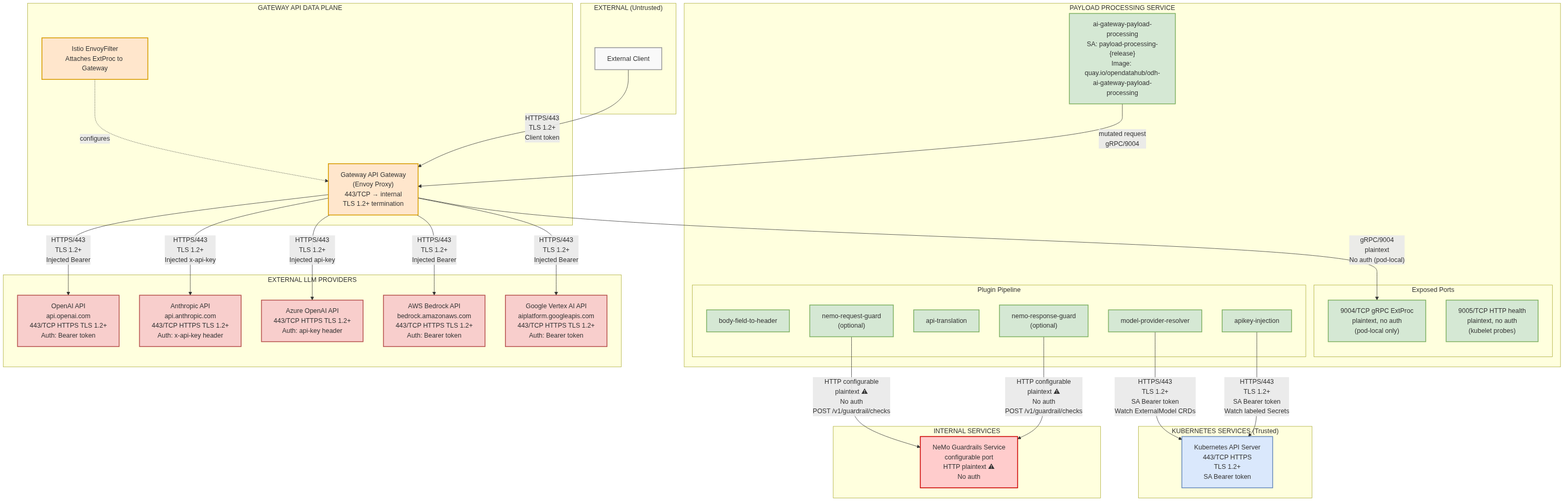
Before: architecture/rhoai.next/diagrams/ai-gateway-payload-processing-security-network.png, a diagram exported from Mermaid (rhuss/architecture-context). Its source is kept beside it as architecture/rhoai.next/diagrams/ai-gateway-payload-processing-security-network.mmd. Source of this version:
```mermaid
graph TB
    subgraph External["EXTERNAL (Untrusted)"]
        Client["External Client"]
    end

    subgraph GatewayPlane["GATEWAY API DATA PLANE"]
        Gateway["Gateway API Gateway<br/>(Envoy Proxy)<br/>443/TCP → internal<br/>TLS 1.2+ termination"]
        EnvoyFilter["Istio EnvoyFilter<br/>Attaches ExtProc to Gateway"]
        EnvoyFilter -.->|configures| Gateway
    end

    subgraph PayloadProcessing["PAYLOAD PROCESSING SERVICE"]
        direction TB
        ExtProc["ai-gateway-payload-processing<br/>SA: payload-processing-{release}<br/>Image: quay.io/opendatahub/odh-ai-gateway-payload-processing"]

        subgraph Ports["Exposed Ports"]
            GRPC["9004/TCP gRPC ExtProc<br/>plaintext, no auth<br/>(pod-local only)"]
            Health["9005/TCP HTTP health<br/>plaintext, no auth<br/>(kubelet probes)"]
        end

        subgraph Plugins["Plugin Pipeline"]
            P1["body-field-to-header"]
            P2["model-provider-resolver"]
            P3["api-translation"]
            P4["apikey-injection"]
            P5["nemo-request-guard<br/>(optional)"]
            P6["nemo-response-guard<br/>(optional)"]
        end
    end

    subgraph K8sServices["KUBERNETES SERVICES (Trusted)"]
        K8sAPI["Kubernetes API Server<br/>443/TCP HTTPS<br/>TLS 1.2+<br/>SA Bearer token"]
    end

    subgraph InternalServices["INTERNAL SERVICES"]
        NemoSvc["NeMo Guardrails Service<br/>configurable port<br/>HTTP plaintext ⚠<br/>No auth"]
    end

    subgraph ExternalProviders["EXTERNAL LLM PROVIDERS"]
        OpenAI["OpenAI API<br/>api.openai.com<br/>443/TCP HTTPS TLS 1.2+<br/>Auth: Bearer token"]
        Anthropic["Anthropic API<br/>api.anthropic.com<br/>443/TCP HTTPS TLS 1.2+<br/>Auth: x-api-key header"]
        Azure["Azure OpenAI API<br/>443/TCP HTTPS TLS 1.2+<br/>Auth: api-key header"]
        Bedrock["AWS Bedrock API<br/>bedrock.amazonaws.com<br/>443/TCP HTTPS TLS 1.2+<br/>Auth: Bearer token"]
        Vertex["Google Vertex AI API<br/>aiplatform.googleapis.com<br/>443/TCP HTTPS TLS 1.2+<br/>Auth: Bearer token"]
    end

    Client -->|"HTTPS/443<br/>TLS 1.2+<br/>Client token"| Gateway
    Gateway -->|"gRPC/9004<br/>plaintext<br/>No auth (pod-local)"| GRPC
    ExtProc -->|"mutated request<br/>gRPC/9004"| Gateway

    P2 -->|"HTTPS/443<br/>TLS 1.2+<br/>SA Bearer token<br/>Watch ExternalModel CRDs"| K8sAPI
    P4 -->|"HTTPS/443<br/>TLS 1.2+<br/>SA Bearer token<br/>Watch labeled Secrets"| K8sAPI

    P5 -->|"HTTP configurable<br/>plaintext ⚠<br/>No auth<br/>POST /v1/guardrail/checks"| NemoSvc
    P6 -->|"HTTP configurable<br/>plaintext ⚠<br/>No auth<br/>POST /v1/guardrail/checks"| NemoSvc

    Gateway -->|"HTTPS/443<br/>TLS 1.2+<br/>Injected Bearer"| OpenAI
    Gateway -->|"HTTPS/443<br/>TLS 1.2+<br/>Injected x-api-key"| Anthropic
    Gateway -->|"HTTPS/443<br/>TLS 1.2+<br/>Injected api-key"| Azure
    Gateway -->|"HTTPS/443<br/>TLS 1.2+<br/>Injected Bearer"| Bedrock
    Gateway -->|"HTTPS/443<br/>TLS 1.2+<br/>Injected Bearer"| Vertex

    classDef external fill:#f9f9f9,stroke:#999,stroke-width:2px
    classDef gateway fill:#ffe6cc,stroke:#d79b00,stroke-width:2px
    classDef processing fill:#d5e8d4,stroke:#82b366,stroke-width:2px
    classDef k8s fill:#dae8fc,stroke:#6c8ebf,stroke-width:2px
    classDef internal fill:#fff2cc,stroke:#d6b656,stroke-width:2px
    classDef provider fill:#f8cecc,stroke:#b85450,stroke-width:2px
    classDef warning fill:#ffcccc,stroke:#cc0000,stroke-width:2px

    class Client external
    class Gateway,EnvoyFilter gateway
    class ExtProc,GRPC,Health,P1,P2,P3,P4,P5,P6 processing
    class K8sAPI k8s
    class NemoSvc warning
    class OpenAI,Anthropic,Azure,Bedrock,Vertex provider
```
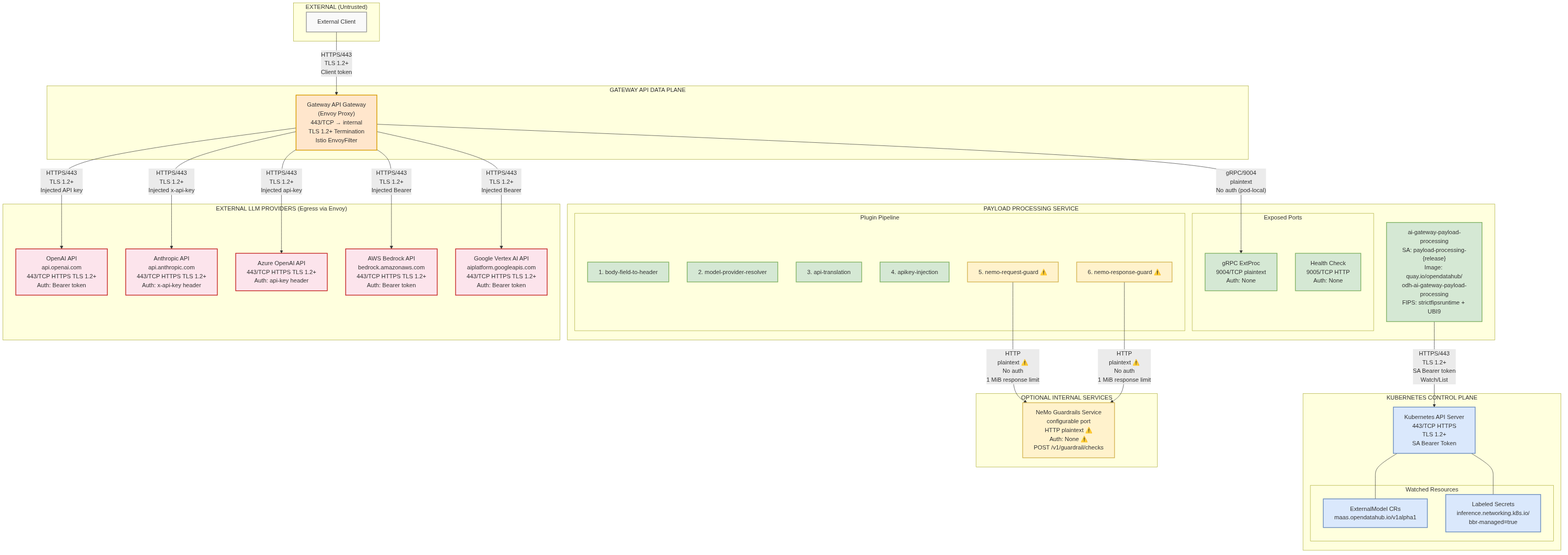
The same diagram one commit later.

Change to the diagram source:
```diff
@@ -3,74 +3,77 @@
         Client["External Client"]
     end
 
-    subgraph GatewayPlane["GATEWAY API DATA PLANE"]
-        Gateway["Gateway API Gateway<br/>(Envoy Proxy)<br/>443/TCP → internal<br/>TLS 1.2+ termination"]
-        EnvoyFilter["Istio EnvoyFilter<br/>Attaches ExtProc to Gateway"]
-        EnvoyFilter -.->|configures| Gateway
+    subgraph GatewayDataPlane["GATEWAY API DATA PLANE"]
+        Gateway["Gateway API Gateway<br/>(Envoy Proxy)<br/>443/TCP → internal<br/>TLS 1.2+ Termination<br/>Istio EnvoyFilter"]
     end
 
-    subgraph PayloadProcessing["PAYLOAD PROCESSING SERVICE"]
+    subgraph PayloadService["PAYLOAD PROCESSING SERVICE<br/>(Internal - Pod Network)"]
         direction TB
-        ExtProc["ai-gateway-payload-processing<br/>SA: payload-processing-{release}<br/>Image: quay.io/opendatahub/odh-ai-gateway-payload-processing"]
+        ExtProc["ai-gateway-payload-processing<br/>SA: payload-processing-{release}<br/>Image: quay.io/opendatahub/<br/>odh-ai-gateway-payload-processing<br/>FIPS: strictfipsruntime + UBI9"]
 
         subgraph Ports["Exposed Ports"]
-            GRPC["9004/TCP gRPC ExtProc<br/>plaintext, no auth<br/>(pod-local only)"]
-            Health["9005/TCP HTTP health<br/>plaintext, no auth<br/>(kubelet probes)"]
+            gRPCPort["gRPC ExtProc<br/>9004/TCP plaintext<br/>Auth: None"]
+            HealthPort["Health Check<br/>9005/TCP HTTP<br/>Auth: None"]
         end
 
         subgraph Plugins["Plugin Pipeline"]
-            P1["body-field-to-header"]
-            P2["model-provider-resolver"]
-            P3["api-translation"]
-            P4["apikey-injection"]
-            P5["nemo-request-guard<br/>(optional)"]
-            P6["nemo-response-guard<br/>(optional)"]
+            P1["1. body-field-to-header"]
+            P2["2. model-provider-resolver"]
+            P3["3. api-translation"]
+            P4["4. apikey-injection"]
+            P5["5. nemo-request-guard ⚠️"]
+            P6["6. nemo-response-guard ⚠️"]
         end
     end
 
-    subgraph K8sServices["KUBERNETES SERVICES (Trusted)"]
-        K8sAPI["Kubernetes API Server<br/>443/TCP HTTPS<br/>TLS 1.2+<br/>SA Bearer token"]
+    subgraph K8sControlPlane["KUBERNETES CONTROL PLANE"]
+        K8sAPI["Kubernetes API Server<br/>443/TCP HTTPS<br/>TLS 1.2+<br/>SA Bearer Token"]
+
+        subgraph WatchedResources["Watched Resources"]
+            ExternalModelCR["ExternalModel CRs<br/>maas.opendatahub.io/v1alpha1"]
+            LabeledSecrets["Labeled Secrets<br/>inference.networking.k8s.io/<br/>bbr-managed=true"]
+        end
     end
 
-    subgraph InternalServices["INTERNAL SERVICES"]
-        NemoSvc["NeMo Guardrails Service<br/>configurable port<br/>HTTP plaintext ⚠<br/>No auth"]
+    subgraph OptionalServices["OPTIONAL INTERNAL SERVICES"]
+        NeMo["NeMo Guardrails Service<br/>configurable port<br/>HTTP plaintext ⚠️<br/>Auth: None ⚠️<br/>POST /v1/guardrail/checks"]
     end
 
-    subgraph ExternalProviders["EXTERNAL LLM PROVIDERS"]
+    subgraph ExternalLLM["EXTERNAL LLM PROVIDERS (Egress via Envoy)"]
         OpenAI["OpenAI API<br/>api.openai.com<br/>443/TCP HTTPS TLS 1.2+<br/>Auth: Bearer token"]
         Anthropic["Anthropic API<br/>api.anthropic.com<br/>443/TCP HTTPS TLS 1.2+<br/>Auth: x-api-key header"]
-        Azure["Azure OpenAI API<br/>443/TCP HTTPS TLS 1.2+<br/>Auth: api-key header"]
+        AzureOAI["Azure OpenAI API<br/>443/TCP HTTPS TLS 1.2+<br/>Auth: api-key header"]
         Bedrock["AWS Bedrock API<br/>bedrock.amazonaws.com<br/>443/TCP HTTPS TLS 1.2+<br/>Auth: Bearer token"]
-        Vertex["Google Vertex AI API<br/>aiplatform.googleapis.com<br/>443/TCP HTTPS TLS 1.2+<br/>Auth: Bearer token"]
+        VertexAI["Google Vertex AI API<br/>aiplatform.googleapis.com<br/>443/TCP HTTPS TLS 1.2+<br/>Auth: Bearer token"]
     end
 
     Client -->|"HTTPS/443<br/>TLS 1.2+<br/>Client token"| Gateway
-    Gateway -->|"gRPC/9004<br/>plaintext<br/>No auth (pod-local)"| GRPC
-    ExtProc -->|"mutated request<br/>gRPC/9004"| Gateway
 
-    P2 -->|"HTTPS/443<br/>TLS 1.2+<br/>SA Bearer token<br/>Watch ExternalModel CRDs"| K8sAPI
-    P4 -->|"HTTPS/443<br/>TLS 1.2+<br/>SA Bearer token<br/>Watch labeled Secrets"| K8sAPI
+    Gateway -->|"gRPC/9004<br/>plaintext<br/>No auth (pod-local)"| gRPCPort
 
-    P5 -->|"HTTP configurable<br/>plaintext ⚠<br/>No auth<br/>POST /v1/guardrail/checks"| NemoSvc
-    P6 -->|"HTTP configurable<br/>plaintext ⚠<br/>No auth<br/>POST /v1/guardrail/checks"| NemoSvc
+    ExtProc -->|"HTTPS/443<br/>TLS 1.2+<br/>SA Bearer token<br/>Watch/List"| K8sAPI
+    K8sAPI --- ExternalModelCR
+    K8sAPI --- LabeledSecrets
 
-    Gateway -->|"HTTPS/443<br/>TLS 1.2+<br/>Injected Bearer"| OpenAI
+    P5 -->|"HTTP<br/>plaintext ⚠️<br/>No auth<br/>1 MiB response limit"| NeMo
+    P6 -->|"HTTP<br/>plaintext ⚠️<br/>No auth<br/>1 MiB response limit"| NeMo
+
+    Gateway -->|"HTTPS/443<br/>TLS 1.2+<br/>Injected API key"| OpenAI
     Gateway -->|"HTTPS/443<br/>TLS 1.2+<br/>Injected x-api-key"| Anthropic
-    Gateway -->|"HTTPS/443<br/>TLS 1.2+<br/>Injected api-key"| Azure
+    Gateway -->|"HTTPS/443<br/>TLS 1.2+<br/>Injected api-key"| AzureOAI
     Gateway -->|"HTTPS/443<br/>TLS 1.2+<br/>Injected Bearer"| Bedrock
-    Gateway -->|"HTTPS/443<br/>TLS 1.2+<br/>Injected Bearer"| Vertex
+    Gateway -->|"HTTPS/443<br/>TLS 1.2+<br/>Injected Bearer"| VertexAI
 
     classDef external fill:#f9f9f9,stroke:#999,stroke-width:2px
     classDef gateway fill:#ffe6cc,stroke:#d79b00,stroke-width:2px
-    classDef processing fill:#d5e8d4,stroke:#82b366,stroke-width:2px
+    classDef service fill:#d5e8d4,stroke:#82b366,stroke-width:2px
     classDef k8s fill:#dae8fc,stroke:#6c8ebf,stroke-width:2px
-    classDef internal fill:#fff2cc,stroke:#d6b656,stroke-width:2px
-    classDef provider fill:#f8cecc,stroke:#b85450,stroke-width:2px
-    classDef warning fill:#ffcccc,stroke:#cc0000,stroke-width:2px
+    classDef warning fill:#fff2cc,stroke:#d6b656,stroke-width:2px
+    classDef provider fill:#fce4ec,stroke:#c62828,stroke-width:2px
 
     class Client external
-    class Gateway,EnvoyFilter gateway
-    class ExtProc,GRPC,Health,P1,P2,P3,P4,P5,P6 processing
-    class K8sAPI k8s
-    class NemoSvc warning
-    class OpenAI,Anthropic,Azure,Bedrock,Vertex provider
+    class Gateway gateway
+    class ExtProc,gRPCPort,HealthPort,P1,P2,P3,P4 service
+    class P5,P6,NeMo warning
+    class K8sAPI,ExternalModelCR,LabeledSecrets k8s
+    class OpenAI,Anthropic,AzureOAI,Bedrock,VertexAI provider
```
